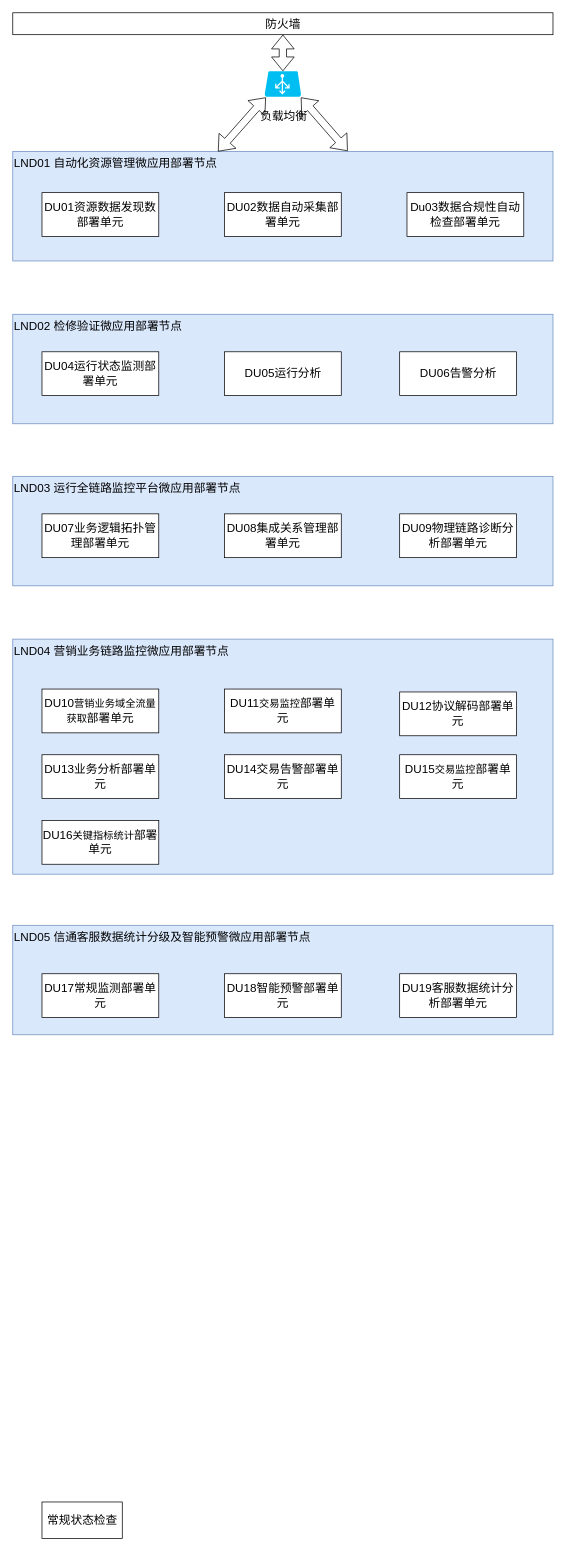
Before: 部署节点图.drawio in diaosinanshen/draw, a draw.io diagram. Source tidied: cells renumbered, new cells numbered last; positions are measured from the earlier drawing's top-left corner, leaving out a move shared by most shapes. Both pictures are drawn from the tidied source at 73%, with x=0, y=0 at pixel (12, 12).
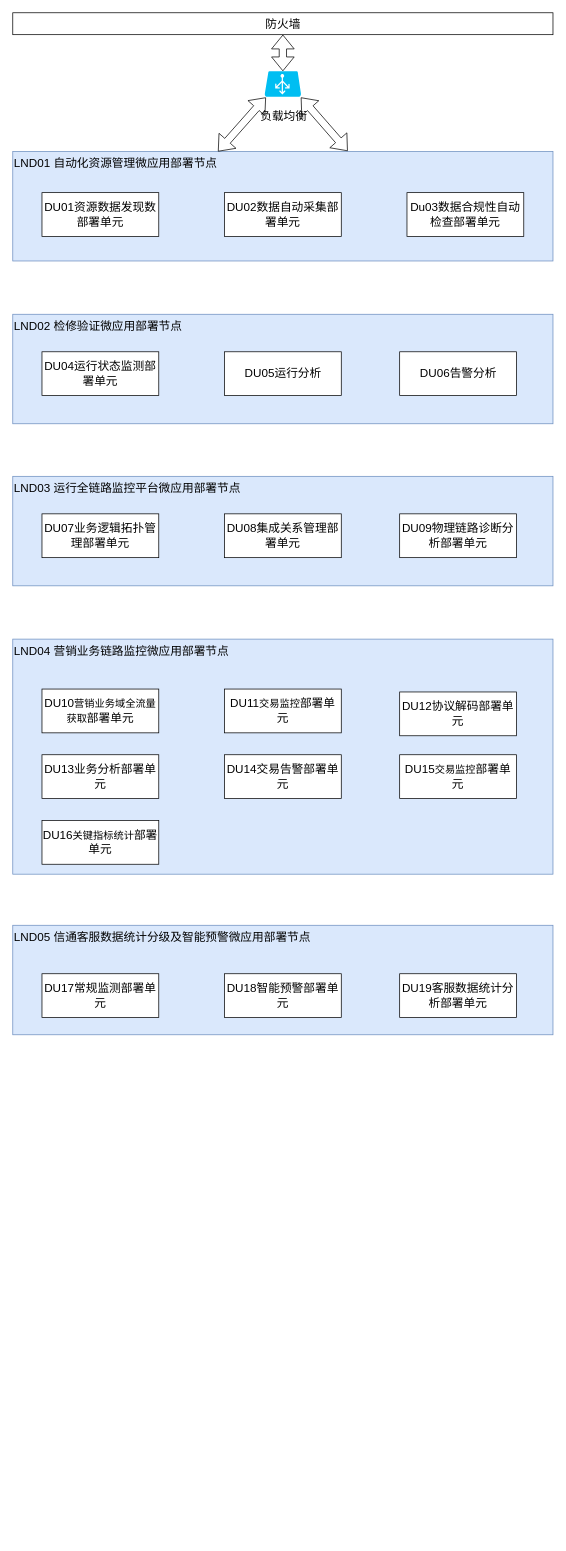
The same diagram, later.

Commit message:
更新部署节点图.drawio

Change to the diagram source:
```diff
@@
-    <mxCell id="7" value="常规状态检查" style="html=1;fontSize=16;" parent="1" vertex="1">
-      <mxGeometry x="40" y="2040" width="110" height="50" as="geometry" />
-    </mxCell>
```
